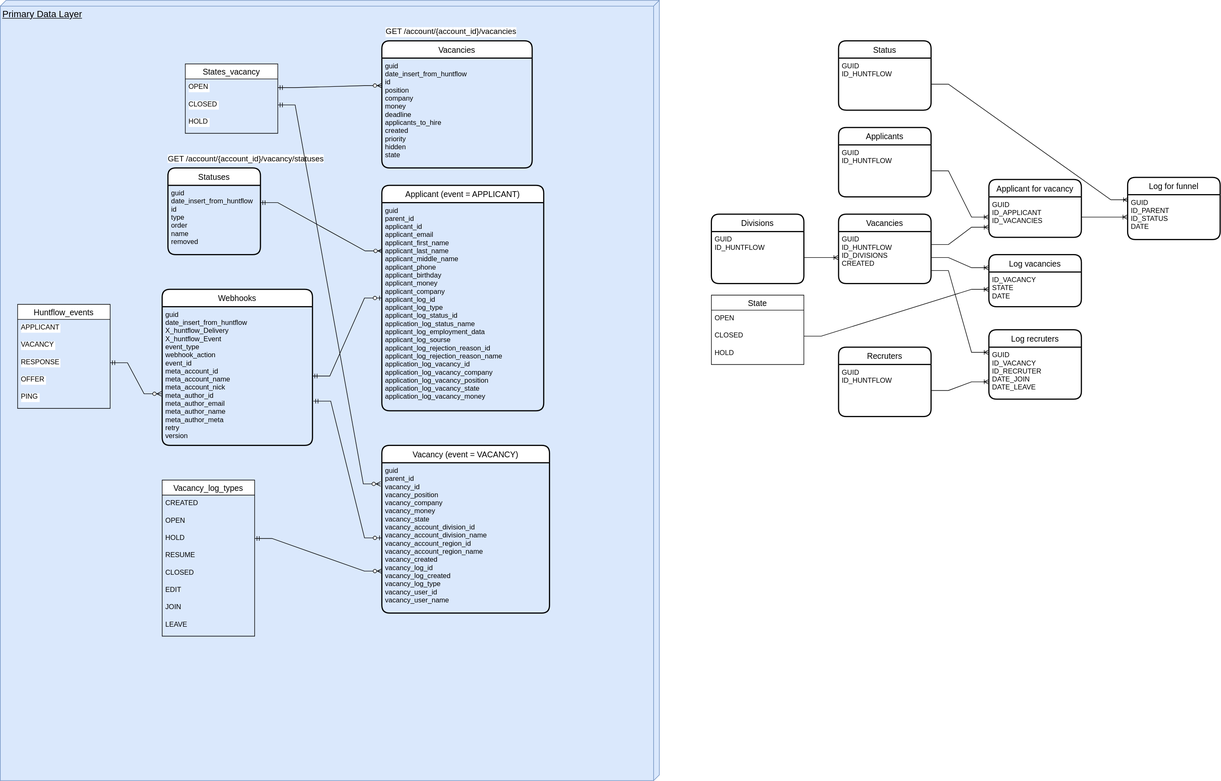
Rikanda/for_admitad keeps this draw.io diagram as er.drawio.svg. Above is the earlier version. Source tidied: cells renumbered, new cells last; positions are measured from the earlier drawing's top-left corner, leaving out a move shared by most shapes.
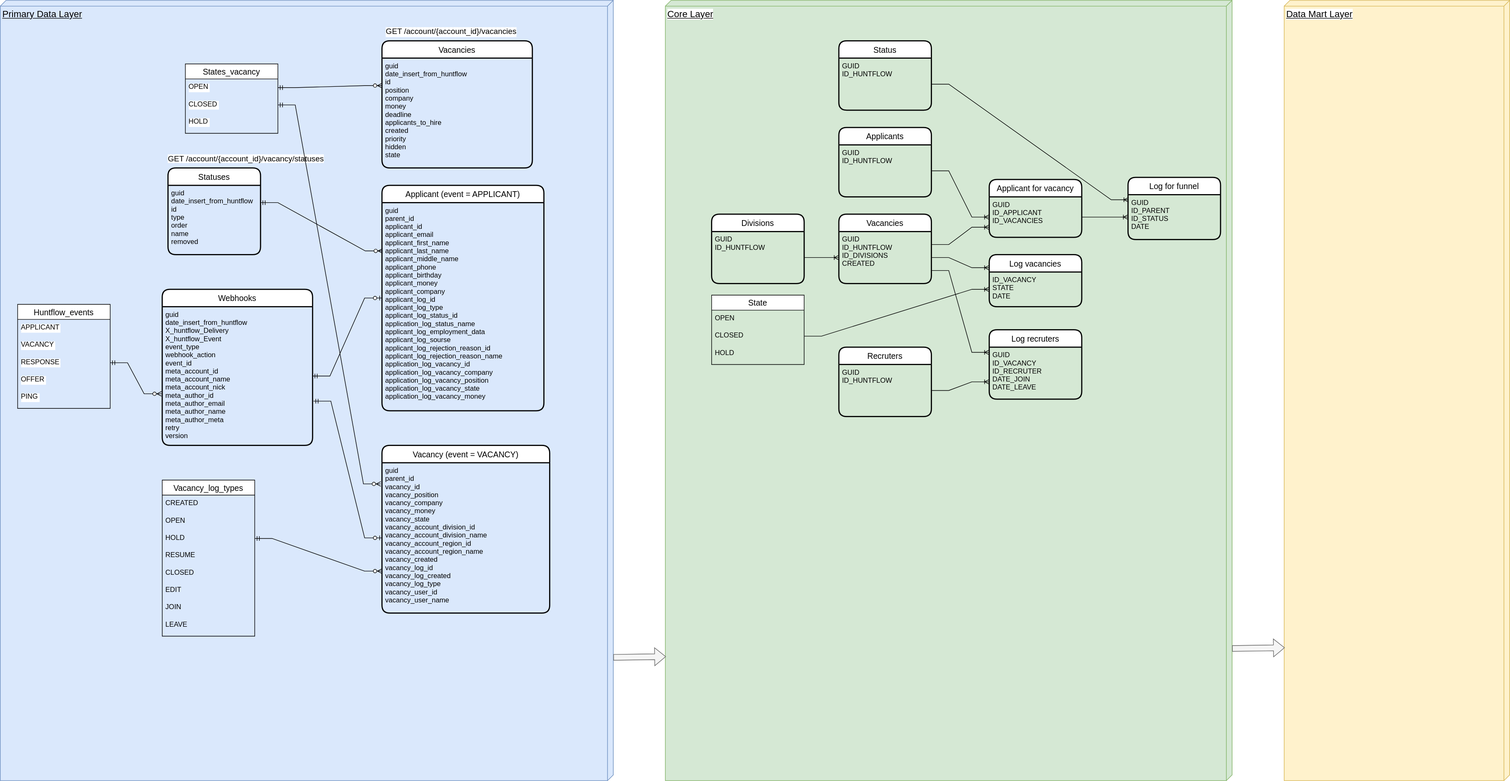
Later version of the same file.

What changed in the source:
```diff
@@ -2,6 +2,9 @@
   <root>
     <mxCell id="0" />
     <mxCell id="1" parent="0" />
+    <mxCell id="72" value="Core Layer" style="verticalAlign=top;align=left;spacingTop=8;spacingLeft=2;spacingRight=12;shape=cube;size=10;direction=south;fontStyle=4;html=1;labelBackgroundColor=#FFFFFF;fontSize=16;fillColor=#d5e8d4;strokeColor=#82b366;" parent="1" vertex="1">
+      <mxGeometry x="1150" width="980" height="1350" as="geometry" />
+    </mxCell>
     <mxCell id="2" value="Applicants" style="swimlane;horizontal=1;startSize=30;rounded=1;fontSize=14;fontStyle=0;strokeWidth=2;shadow=0;dashed=0;align=center;" parent="1" vertex="1">
       <mxGeometry x="1450" y="220" width="160" height="120" as="geometry" />
     </mxCell>
@@ -98,7 +101,7 @@
       <mxGeometry relative="1" as="geometry" />
     </mxCell>
     <mxCell id="33" value="Primary Data Layer" style="verticalAlign=top;align=left;spacingTop=8;spacingLeft=2;spacingRight=12;shape=cube;size=10;direction=south;fontStyle=4;html=1;fillColor=#dae8fc;strokeColor=#6c8ebf;fontSize=16;" parent="1" vertex="1">
-      <mxGeometry width="1140" height="1350" as="geometry" />
+      <mxGeometry width="1060" height="1350" as="geometry" />
     </mxCell>
     <mxCell id="34" value="Vacancies" style="swimlane;horizontal=1;startSize=30;rounded=1;fontSize=14;fontStyle=0;strokeWidth=2;shadow=0;dashed=0;align=center;" parent="1" vertex="1">
       <mxGeometry x="660" y="70" width="260" height="220" as="geometry" />
@@ -214,5 +217,17 @@
     <mxCell id="71" style="edgeStyle=entityRelationEdgeStyle;fontSize=12;html=1;endArrow=ERzeroToMany;startArrow=ERmandOne;rounded=0;fontColor=#000000;exitX=1;exitY=0.5;exitDx=0;exitDy=0;entryX=-0.007;entryY=0.141;entryDx=0;entryDy=0;entryPerimeter=0;" parent="1" edge="1" source="59" target="42">
       <mxGeometry relative="1" as="geometry" />
     </mxCell>
+    <mxCell id="73" value="Data Mart Layer" style="verticalAlign=top;align=left;spacingTop=8;spacingLeft=2;spacingRight=12;shape=cube;size=10;direction=south;fontStyle=4;html=1;labelBackgroundColor=#FFFFFF;fontSize=16;fillColor=#fff2cc;strokeColor=#d6b656;" parent="1" vertex="1">
+      <mxGeometry x="2220" width="390" height="1350" as="geometry" />
+    </mxCell>
+    <mxCell id="74" style="shape=flexArrow;endArrow=classic;html=1;rounded=0;fontSize=16;fontColor=#000000;exitX=0.842;exitY=0;exitDx=0;exitDy=0;exitPerimeter=0;entryX=0.841;entryY=0.999;entryDx=0;entryDy=0;entryPerimeter=0;fillColor=#f5f5f5;strokeColor=#666666;" parent="1" edge="1" source="33" target="72">
+      <mxGeometry relative="1" as="geometry" />
+    </mxCell>
+    <mxCell id="75" style="shape=flexArrow;endArrow=classic;html=1;rounded=0;fontSize=16;fontColor=#000000;exitX=0.842;exitY=0;exitDx=0;exitDy=0;exitPerimeter=0;entryX=0.841;entryY=0.999;entryDx=0;entryDy=0;entryPerimeter=0;fillColor=#f5f5f5;strokeColor=#666666;" parent="1" edge="1">
+      <mxGeometry relative="1" as="geometry">
+        <mxPoint x="2130" y="1121.3" as="sourcePoint" />
+        <mxPoint x="2221" y="1120" as="targetPoint" />
+      </mxGeometry>
+    </mxCell>
   </root>
 </mxGraphModel>
```
